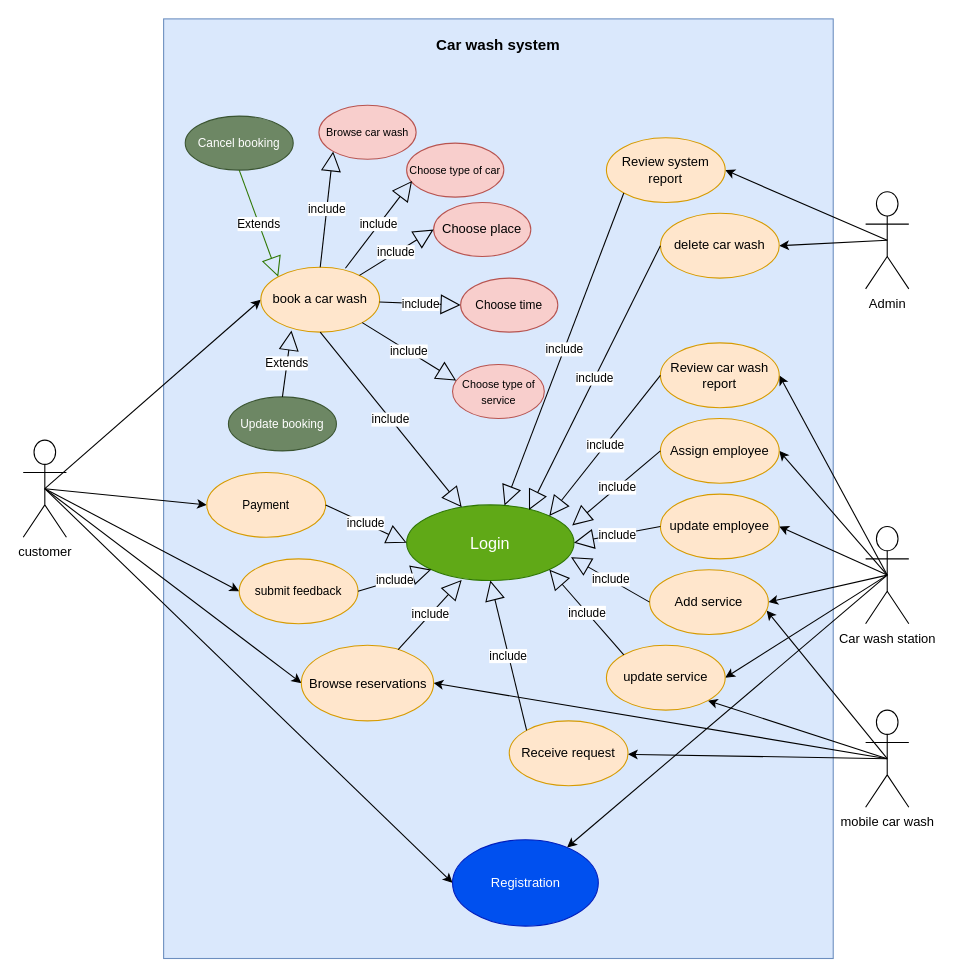
The draw.io diagram use case v2.drawio in AnasBawazir/CarWashingStation, before the edit. Source tidied: cells renumbered, new cells numbered last; positions are measured from the earlier drawing's top-left corner, leaving out a move shared by most shapes. Both pictures are drawn from the tidied source at 108%, with x=0, y=0 at pixel (23, 18).
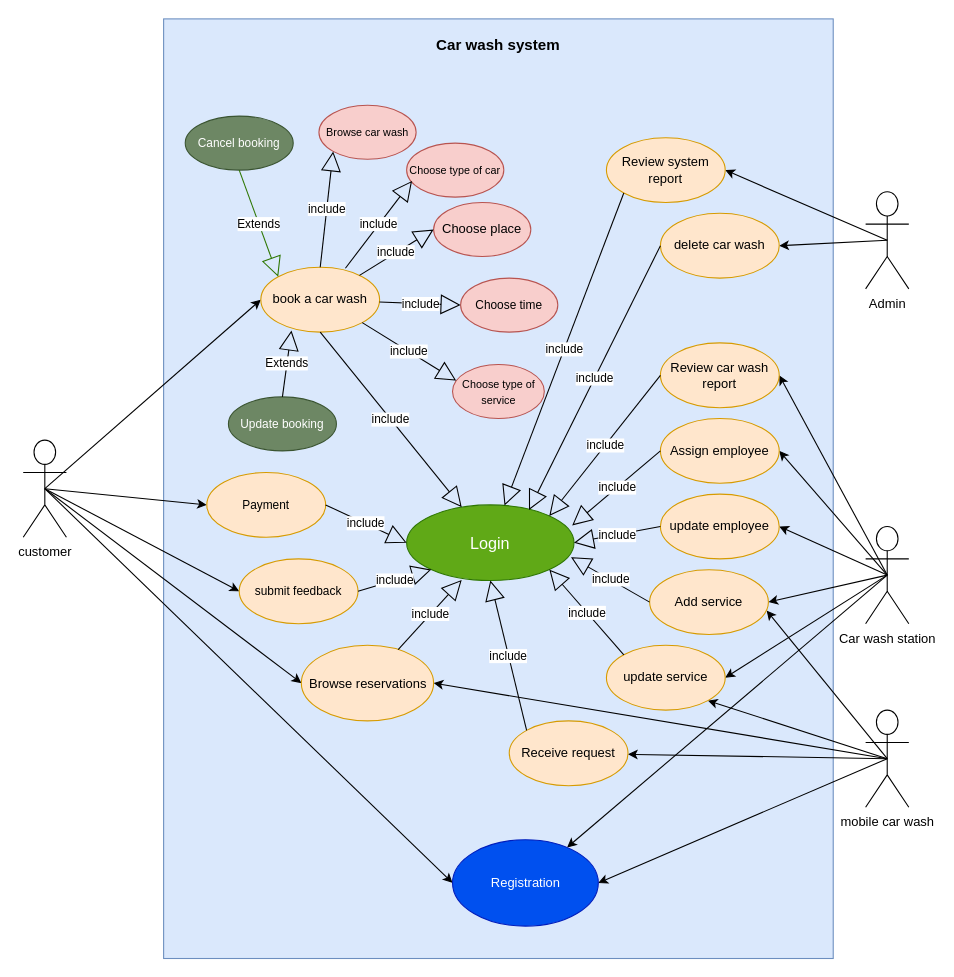
The same diagram, later.

The change refers to these unchanged cells:
```xml
<mxCell id="16" value="mobile car wash" style="shape=umlActor;verticalLabelPosition=bottom;verticalAlign=top;html=1;" parent="1" vertex="1">
  <mxGeometry x="780" y="640" width="40" height="90" as="geometry" />
</mxCell>
<mxCell id="24" value="Registration" style="ellipse;whiteSpace=wrap;html=1;fillColor=#0050ef;strokeColor=#001DBC;fontColor=#ffffff;" parent="1" vertex="1">
  <mxGeometry x="397.5" y="760" width="135" height="80" as="geometry" />
</mxCell>
```

What changed in the source:
```diff
@@
+    <mxCell id="65" style="edgeStyle=none;rounded=0;jettySize=auto;html=1;exitX=0.5;exitY=0.5;exitDx=0;exitDy=0;exitPerimeter=0;entryX=1;entryY=0.5;entryDx=0;entryDy=0;" parent="1" edge="1" source="16" target="24">
+      <mxGeometry relative="1" as="geometry" />
+    </mxCell>
```
